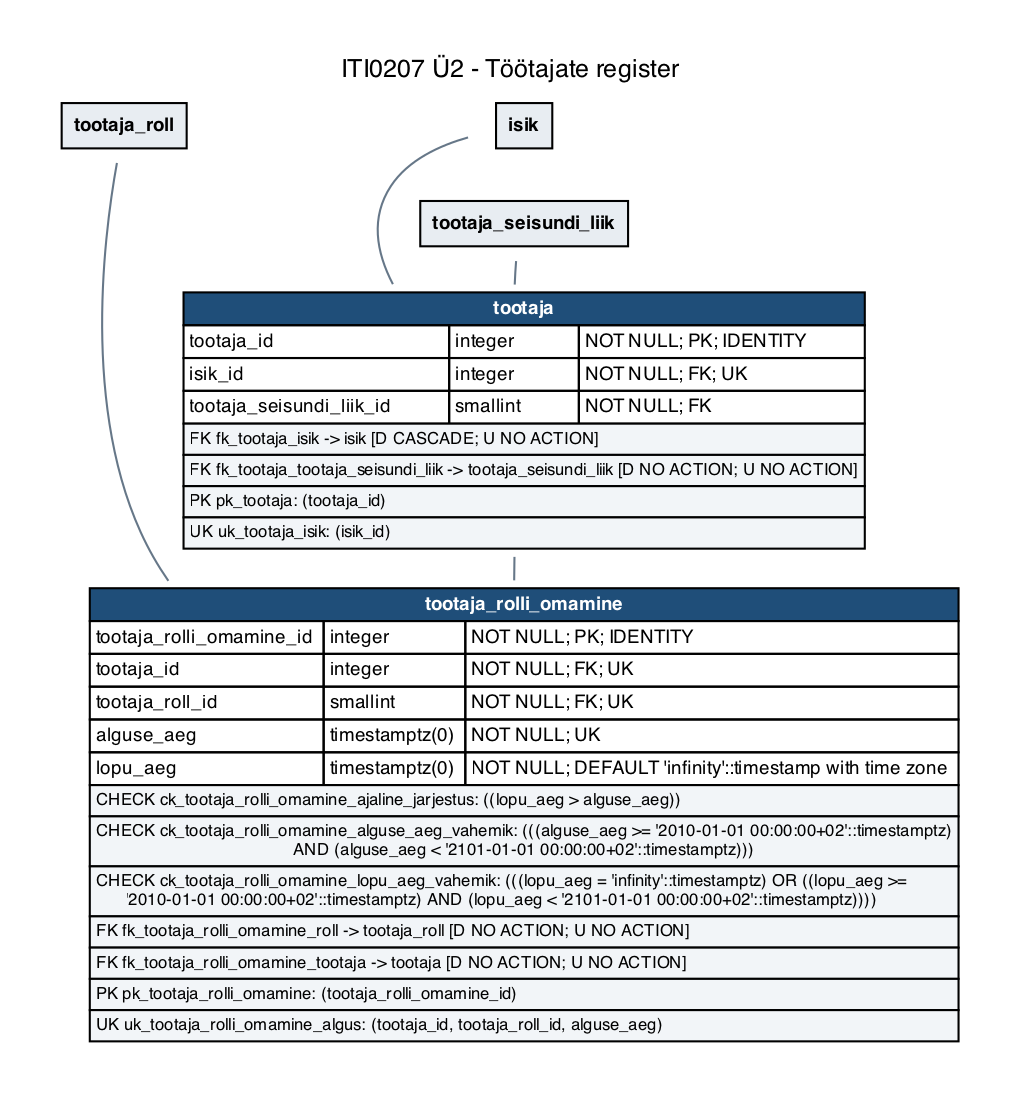
Earlier version of the Graphviz export iti0207-epood/docs/diagrams/u2-03-tootajad.png (tamkivi/andmebaasid-projekt). Its source is kept beside it as iti0207-epood/docs/diagrams/u2-03-tootajad.dot.
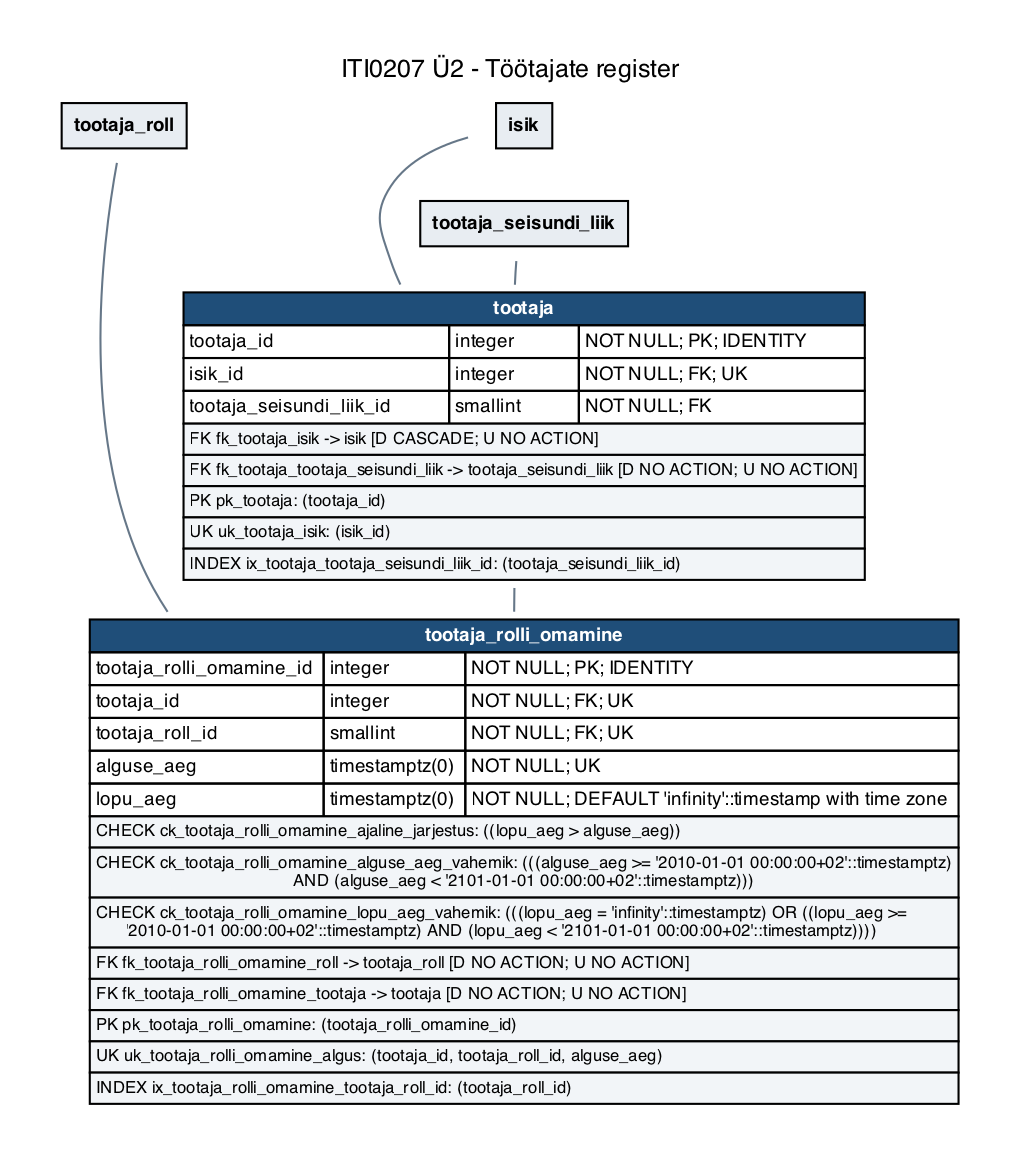
Above is the later version.

Change to the diagram source:
```diff
@@ -5,8 +5,8 @@
   edge [color="#667788", dir=none, fontsize=8, fontname=Helvetica];
   labelloc="t";
   label="ITI0207 Ü2 - Töötajate register";
-  "tootaja" [label=<<TABLE BORDER="0" CELLBORDER="1" CELLSPACING="0" CELLPADDING="2"><TR><TD COLSPAN="3" BGCOLOR="#1f4e79"><FONT COLOR="white"><B>tootaja</B></FONT></TD></TR><TR><TD ALIGN="LEFT">tootaja_id</TD><TD ALIGN="LEFT">integer</TD><TD ALIGN="LEFT">NOT NULL; PK; IDENTITY</TD></TR><TR><TD ALIGN="LEFT">isik_id</TD><TD ALIGN="LEFT">integer</TD><TD ALIGN="LEFT">NOT NULL; FK; UK</TD></TR><TR><TD ALIGN="LEFT">tootaja_seisundi_liik_id</TD><TD ALIGN="LEFT">smallint</TD><TD ALIGN="LEFT">NOT NULL; FK</TD></TR><TR><TD COLSPAN="3" ALIGN="LEFT" BGCOLOR="#f2f5f8"><FONT POINT-SIZE="8">FK fk_tootaja_isik -&gt; isik [D CASCADE; U NO ACTION]</FONT></TD></TR><TR><TD COLSPAN="3" ALIGN="LEFT" BGCOLOR="#f2f5f8"><FONT POINT-SIZE="8">FK fk_tootaja_tootaja_seisundi_liik -&gt; tootaja_seisundi_liik [D NO ACTION; U NO ACTION]</FONT></TD></TR><TR><TD COLSPAN="3" ALIGN="LEFT" BGCOLOR="#f2f5f8"><FONT POINT-SIZE="8">PK pk_tootaja: (tootaja_id)</FONT></TD></TR><TR><TD COLSPAN="3" ALIGN="LEFT" BGCOLOR="#f2f5f8"><FONT POINT-SIZE="8">UK uk_tootaja_isik: (isik_id)</FONT></TD></TR></TABLE>>];
-  "tootaja_rolli_omamine" [label=<<TABLE BORDER="0" CELLBORDER="1" CELLSPACING="0" CELLPADDING="2"><TR><TD COLSPAN="3" BGCOLOR="#1f4e79"><FONT COLOR="white"><B>tootaja_rolli_omamine</B></FONT></TD></TR><TR><TD ALIGN="LEFT">tootaja_rolli_omamine_id</TD><TD ALIGN="LEFT">integer</TD><TD ALIGN="LEFT">NOT NULL; PK; IDENTITY</TD></TR><TR><TD ALIGN="LEFT">tootaja_id</TD><TD ALIGN="LEFT">integer</TD><TD ALIGN="LEFT">NOT NULL; FK; UK</TD></TR><TR><TD ALIGN="LEFT">tootaja_roll_id</TD><TD ALIGN="LEFT">smallint</TD><TD ALIGN="LEFT">NOT NULL; FK; UK</TD></TR><TR><TD ALIGN="LEFT">alguse_aeg</TD><TD ALIGN="LEFT">timestamptz(0)</TD><TD ALIGN="LEFT">NOT NULL; UK</TD></TR><TR><TD ALIGN="LEFT">lopu_aeg</TD><TD ALIGN="LEFT">timestamptz(0)</TD><TD ALIGN="LEFT">NOT NULL; DEFAULT &#x27;infinity&#x27;::timestamp with time zone</TD></TR><TR><TD COLSPAN="3" ALIGN="LEFT" BGCOLOR="#f2f5f8"><FONT POINT-SIZE="8">CHECK ck_tootaja_rolli_omamine_ajaline_jarjestus: ((lopu_aeg &gt; alguse_aeg))</FONT></TD></TR><TR><TD COLSPAN="3" ALIGN="LEFT" BGCOLOR="#f2f5f8"><FONT POINT-SIZE="8">CHECK ck_tootaja_rolli_omamine_alguse_aeg_vahemik: (((alguse_aeg &gt;= &#x27;2010-01-01 00:00:00+02&#x27;::timestamptz)<BR ALIGN="LEFT"/>AND (alguse_aeg &lt; &#x27;2101-01-01 00:00:00+02&#x27;::timestamptz)))</FONT></TD></TR><TR><TD COLSPAN="3" ALIGN="LEFT" BGCOLOR="#f2f5f8"><FONT POINT-SIZE="8">CHECK ck_tootaja_rolli_omamine_lopu_aeg_vahemik: (((lopu_aeg = &#x27;infinity&#x27;::timestamptz) OR ((lopu_aeg &gt;=<BR ALIGN="LEFT"/>&#x27;2010-01-01 00:00:00+02&#x27;::timestamptz) AND (lopu_aeg &lt; &#x27;2101-01-01 00:00:00+02&#x27;::timestamptz))))</FONT></TD></TR><TR><TD COLSPAN="3" ALIGN="LEFT" BGCOLOR="#f2f5f8"><FONT POINT-SIZE="8">FK fk_tootaja_rolli_omamine_roll -&gt; tootaja_roll [D NO ACTION; U NO ACTION]</FONT></TD></TR><TR><TD COLSPAN="3" ALIGN="LEFT" BGCOLOR="#f2f5f8"><FONT POINT-SIZE="8">FK fk_tootaja_rolli_omamine_tootaja -&gt; tootaja [D NO ACTION; U NO ACTION]</FONT></TD></TR><TR><TD COLSPAN="3" ALIGN="LEFT" BGCOLOR="#f2f5f8"><FONT POINT-SIZE="8">PK pk_tootaja_rolli_omamine: (tootaja_rolli_omamine_id)</FONT></TD></TR><TR><TD COLSPAN="3" ALIGN="LEFT" BGCOLOR="#f2f5f8"><FONT POINT-SIZE="8">UK uk_tootaja_rolli_omamine_algus: (tootaja_id, tootaja_roll_id, alguse_aeg)</FONT></TD></TR></TABLE>>];
+  "tootaja" [label=<<TABLE BORDER="0" CELLBORDER="1" CELLSPACING="0" CELLPADDING="2"><TR><TD COLSPAN="3" BGCOLOR="#1f4e79"><FONT COLOR="white"><B>tootaja</B></FONT></TD></TR><TR><TD ALIGN="LEFT">tootaja_id</TD><TD ALIGN="LEFT">integer</TD><TD ALIGN="LEFT">NOT NULL; PK; IDENTITY</TD></TR><TR><TD ALIGN="LEFT">isik_id</TD><TD ALIGN="LEFT">integer</TD><TD ALIGN="LEFT">NOT NULL; FK; UK</TD></TR><TR><TD ALIGN="LEFT">tootaja_seisundi_liik_id</TD><TD ALIGN="LEFT">smallint</TD><TD ALIGN="LEFT">NOT NULL; FK</TD></TR><TR><TD COLSPAN="3" ALIGN="LEFT" BGCOLOR="#f2f5f8"><FONT POINT-SIZE="8">FK fk_tootaja_isik -&gt; isik [D CASCADE; U NO ACTION]</FONT></TD></TR><TR><TD COLSPAN="3" ALIGN="LEFT" BGCOLOR="#f2f5f8"><FONT POINT-SIZE="8">FK fk_tootaja_tootaja_seisundi_liik -&gt; tootaja_seisundi_liik [D NO ACTION; U NO ACTION]</FONT></TD></TR><TR><TD COLSPAN="3" ALIGN="LEFT" BGCOLOR="#f2f5f8"><FONT POINT-SIZE="8">PK pk_tootaja: (tootaja_id)</FONT></TD></TR><TR><TD COLSPAN="3" ALIGN="LEFT" BGCOLOR="#f2f5f8"><FONT POINT-SIZE="8">UK uk_tootaja_isik: (isik_id)</FONT></TD></TR><TR><TD COLSPAN="3" ALIGN="LEFT" BGCOLOR="#f2f5f8"><FONT POINT-SIZE="8">INDEX ix_tootaja_tootaja_seisundi_liik_id: (tootaja_seisundi_liik_id)</FONT></TD></TR></TABLE>>];
+  "tootaja_rolli_omamine" [label=<<TABLE BORDER="0" CELLBORDER="1" CELLSPACING="0" CELLPADDING="2"><TR><TD COLSPAN="3" BGCOLOR="#1f4e79"><FONT COLOR="white"><B>tootaja_rolli_omamine</B></FONT></TD></TR><TR><TD ALIGN="LEFT">tootaja_rolli_omamine_id</TD><TD ALIGN="LEFT">integer</TD><TD ALIGN="LEFT">NOT NULL; PK; IDENTITY</TD></TR><TR><TD ALIGN="LEFT">tootaja_id</TD><TD ALIGN="LEFT">integer</TD><TD ALIGN="LEFT">NOT NULL; FK; UK</TD></TR><TR><TD ALIGN="LEFT">tootaja_roll_id</TD><TD ALIGN="LEFT">smallint</TD><TD ALIGN="LEFT">NOT NULL; FK; UK</TD></TR><TR><TD ALIGN="LEFT">alguse_aeg</TD><TD ALIGN="LEFT">timestamptz(0)</TD><TD ALIGN="LEFT">NOT NULL; UK</TD></TR><TR><TD ALIGN="LEFT">lopu_aeg</TD><TD ALIGN="LEFT">timestamptz(0)</TD><TD ALIGN="LEFT">NOT NULL; DEFAULT &#x27;infinity&#x27;::timestamp with time zone</TD></TR><TR><TD COLSPAN="3" ALIGN="LEFT" BGCOLOR="#f2f5f8"><FONT POINT-SIZE="8">CHECK ck_tootaja_rolli_omamine_ajaline_jarjestus: ((lopu_aeg &gt; alguse_aeg))</FONT></TD></TR><TR><TD COLSPAN="3" ALIGN="LEFT" BGCOLOR="#f2f5f8"><FONT POINT-SIZE="8">CHECK ck_tootaja_rolli_omamine_alguse_aeg_vahemik: (((alguse_aeg &gt;= &#x27;2010-01-01 00:00:00+02&#x27;::timestamptz)<BR ALIGN="LEFT"/>AND (alguse_aeg &lt; &#x27;2101-01-01 00:00:00+02&#x27;::timestamptz)))</FONT></TD></TR><TR><TD COLSPAN="3" ALIGN="LEFT" BGCOLOR="#f2f5f8"><FONT POINT-SIZE="8">CHECK ck_tootaja_rolli_omamine_lopu_aeg_vahemik: (((lopu_aeg = &#x27;infinity&#x27;::timestamptz) OR ((lopu_aeg &gt;=<BR ALIGN="LEFT"/>&#x27;2010-01-01 00:00:00+02&#x27;::timestamptz) AND (lopu_aeg &lt; &#x27;2101-01-01 00:00:00+02&#x27;::timestamptz))))</FONT></TD></TR><TR><TD COLSPAN="3" ALIGN="LEFT" BGCOLOR="#f2f5f8"><FONT POINT-SIZE="8">FK fk_tootaja_rolli_omamine_roll -&gt; tootaja_roll [D NO ACTION; U NO ACTION]</FONT></TD></TR><TR><TD COLSPAN="3" ALIGN="LEFT" BGCOLOR="#f2f5f8"><FONT POINT-SIZE="8">FK fk_tootaja_rolli_omamine_tootaja -&gt; tootaja [D NO ACTION; U NO ACTION]</FONT></TD></TR><TR><TD COLSPAN="3" ALIGN="LEFT" BGCOLOR="#f2f5f8"><FONT POINT-SIZE="8">PK pk_tootaja_rolli_omamine: (tootaja_rolli_omamine_id)</FONT></TD></TR><TR><TD COLSPAN="3" ALIGN="LEFT" BGCOLOR="#f2f5f8"><FONT POINT-SIZE="8">UK uk_tootaja_rolli_omamine_algus: (tootaja_id, tootaja_roll_id, alguse_aeg)</FONT></TD></TR><TR><TD COLSPAN="3" ALIGN="LEFT" BGCOLOR="#f2f5f8"><FONT POINT-SIZE="8">INDEX ix_tootaja_rolli_omamine_tootaja_roll_id: (tootaja_roll_id)</FONT></TD></TR></TABLE>>];
   "isik" [label=<<TABLE BORDER="0" CELLBORDER="1" CELLSPACING="0" CELLPADDING="5"><TR><TD BGCOLOR="#e8edf2"><B>isik</B></TD></TR></TABLE>>];
   "tootaja_roll" [label=<<TABLE BORDER="0" CELLBORDER="1" CELLSPACING="0" CELLPADDING="5"><TR><TD BGCOLOR="#e8edf2"><B>tootaja_roll</B></TD></TR></TABLE>>];
   "tootaja_seisundi_liik" [label=<<TABLE BORDER="0" CELLBORDER="1" CELLSPACING="0" CELLPADDING="5"><TR><TD BGCOLOR="#e8edf2"><B>tootaja_seisundi_liik</B></TD></TR></TABLE>>];
```
